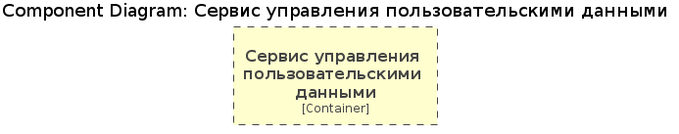
Before: schemas/C4/component/scenario_service_component_diagram.png, a diagram exported from PlantUML (zergnk/architecture-pro-warmhouse). Its source is kept beside it as schemas/C4/component/scenario_service_component_diagram.puml.
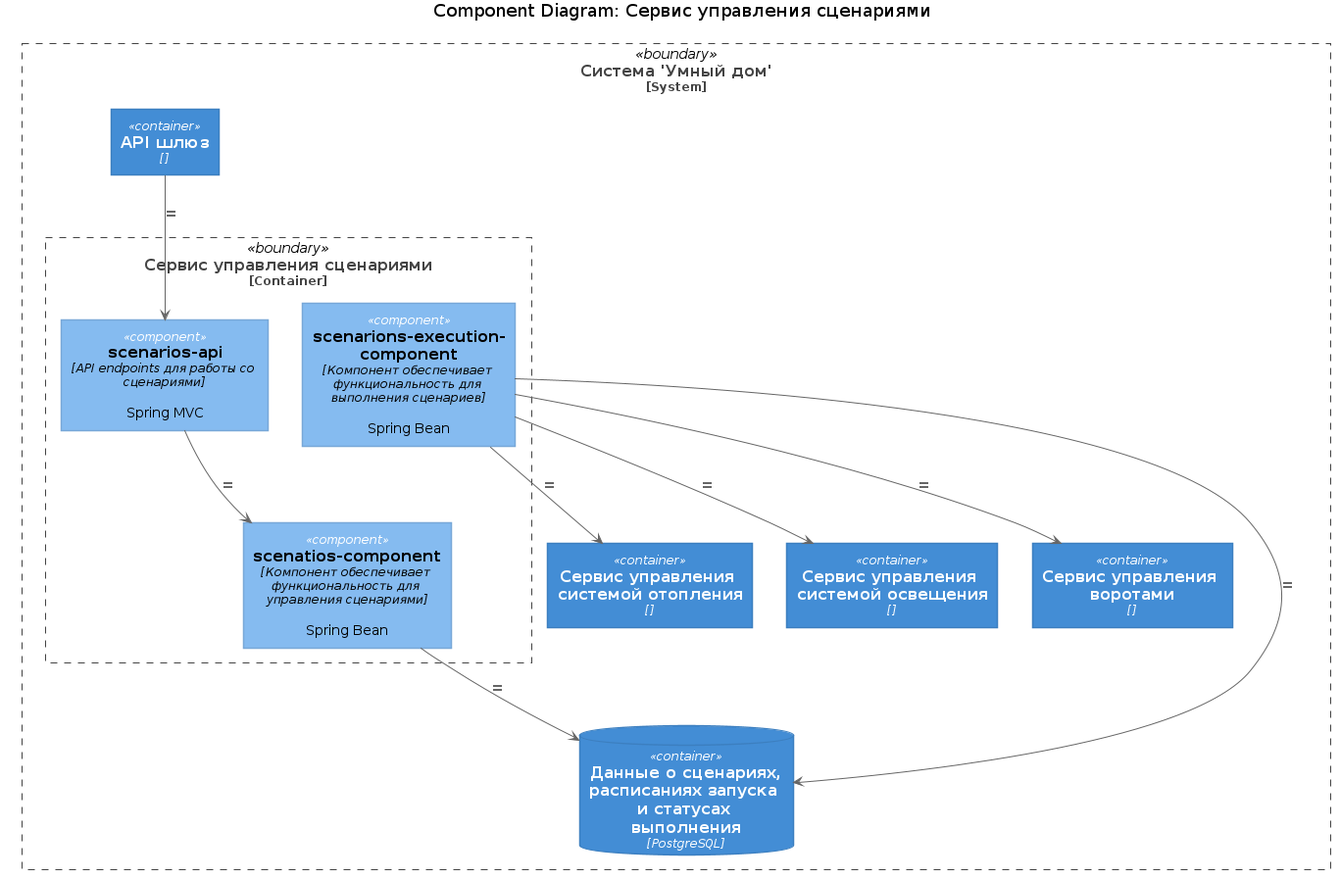
Later version of the same file.

Change to the diagram source:
```diff
@@ -1,7 +1,31 @@
 @startuml
-title Component Diagram: Сервис управления пользовательскими данными
+title Component Diagram: Сервис управления сценариями
 
 !include <C4/C4_Component.puml>
 
-Container_Boundary(user_data_management_service, "Сервис управления пользовательскими данными")
+
+System_Boundary(smart_house, "Система 'Умный дом'") {
+    Container("api_gateway", "API шлюз", "")
+
+    Container_Boundary(user_data_management_service, "Сервис управления сценариями") {
+        Component(component_scenarios_api, "scenarios-api", "API endpoints для работы со сценариями", "Spring MVC")
+        Component(component_scenarios, "scenatios-component", "Компонент обеспечивает функциональность для управления сценариями", "Spring Bean")
+        Component(component_scenarios_execution, "scenarions-execution-component", "Компонент обеспечивает функциональность для выполнения сценариев", "Spring Bean")
+    }
+
+    Container(container_heating_system, "Cервис управления системой отопления", "")
+    Container(container_lightning_system, "Cервис управления системой освещения", "")
+    Container(container_gates_system, "Cервис управления воротами", "")
+    ContainerDb(db, "Данные о сценариях, расписаниях запуска и статусах выполнения", "PostgreSQL")
+}
+
+Rel(api_gateway, component_scenarios_api, "")
+Rel(component_scenarios_api, component_scenarios, "")
+Rel(component_scenarios, db, "")
+
+Rel(component_scenarios_execution, container_heating_system, "")
+Rel(component_scenarios_execution, container_lightning_system, "")
+Rel(component_scenarios_execution, container_gates_system, "")
+Rel(component_scenarios_execution, db, "")
+
 @enduml
```
